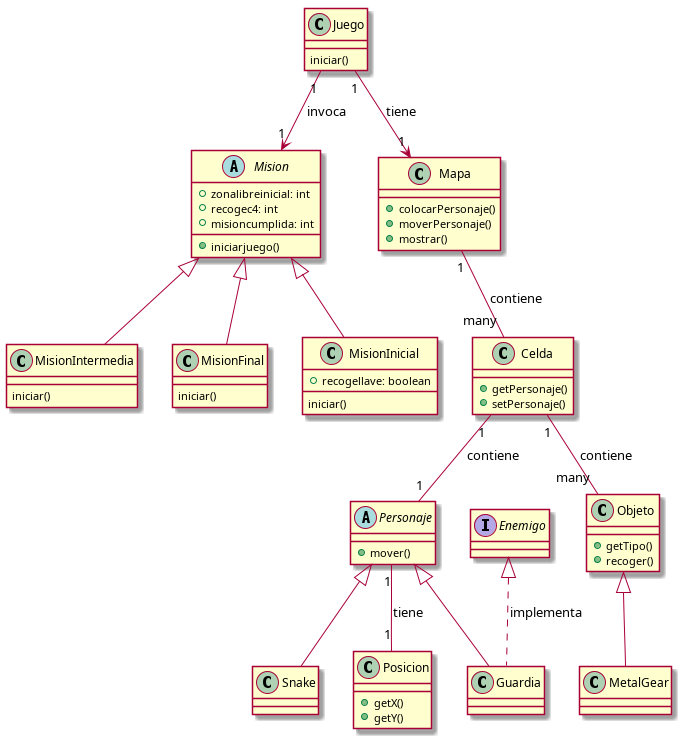
Earlier version of the PlantUML export src/Diagrama.png (walterporta/TP-PBA-01). Its source is kept beside it as src/Diagrama.plantuml.
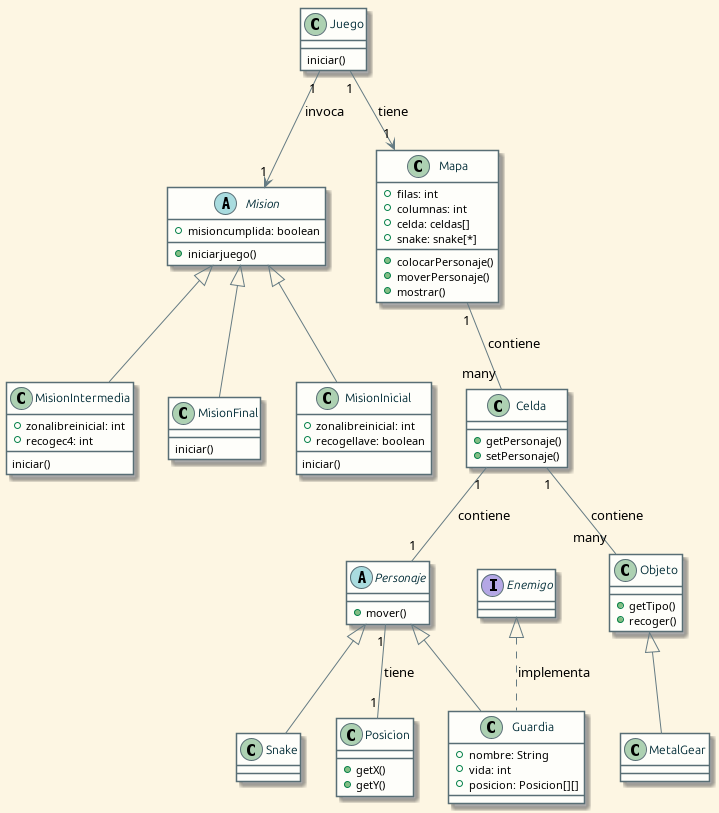
Above is the later version.

Commit message:
subo diagrama umlcon comentarios en el código

The edit, as a diff of the source:
```diff
@@ -1,22 +1,51 @@
 @startuml
+skinparam backgroundColor #fdf6e3
+skinparam class {
+    BackgroundColor #fefefa
+    BorderColor #586e75
+    ArrowColor #268bd2
+    FontColor #002b36
+    FontName "Ubuntu"
+    FontSize 12
+    RoundCorner 15
+}
+
+skinparam interface {
+    BackgroundColor #e3f6fd
+    BorderColor #268bd2
+}
+
+skinparam class {
+    BackgroundColor<<abstract>> #fceada
+    BorderColor<<abstract>> #cb4b16
+    FontColor<<abstract>> #cb4b16
+}
+
+skinparam class {
+    BackgroundColor<<concreta>> #e0f8e3
+    BorderColor<<concreta>> #2aa198
+}
+
+skinparam ArrowColor #657b83
 
 class Juego {
     iniciar()
 }
 
 abstract class Mision {
-    +zonalibreinicial: int
-    +recogec4: int
-    +misioncumplida: int
+    +misioncumplida: boolean
     +iniciarjuego()
 }
 
 class MisionInicial {
+    +zonalibreinicial: int
     +recogellave: boolean
     iniciar()
 }
 
 class MisionIntermedia {
+    +zonalibreinicial: int
+    +recogec4: int
     iniciar()
 }
 
@@ -25,6 +54,10 @@
 }
 
 class Mapa {
+    + filas: int
+    + columnas: int
+    + celda: celdas[]
+    + snake: snake[*]
     +colocarPersonaje()
     +moverPersonaje()
     +mostrar()
@@ -38,8 +71,8 @@
 abstract class Personaje {
     +mover()
 }
+class Posicion {
 
-class Posicion {
     +getX()
     +getY()
 }
@@ -48,6 +81,9 @@
 }
 
 class Guardia {
+    + nombre: String
+    + vida: int
+    + posicion: Posicion[][]
 }
 
 class Snake {
```
